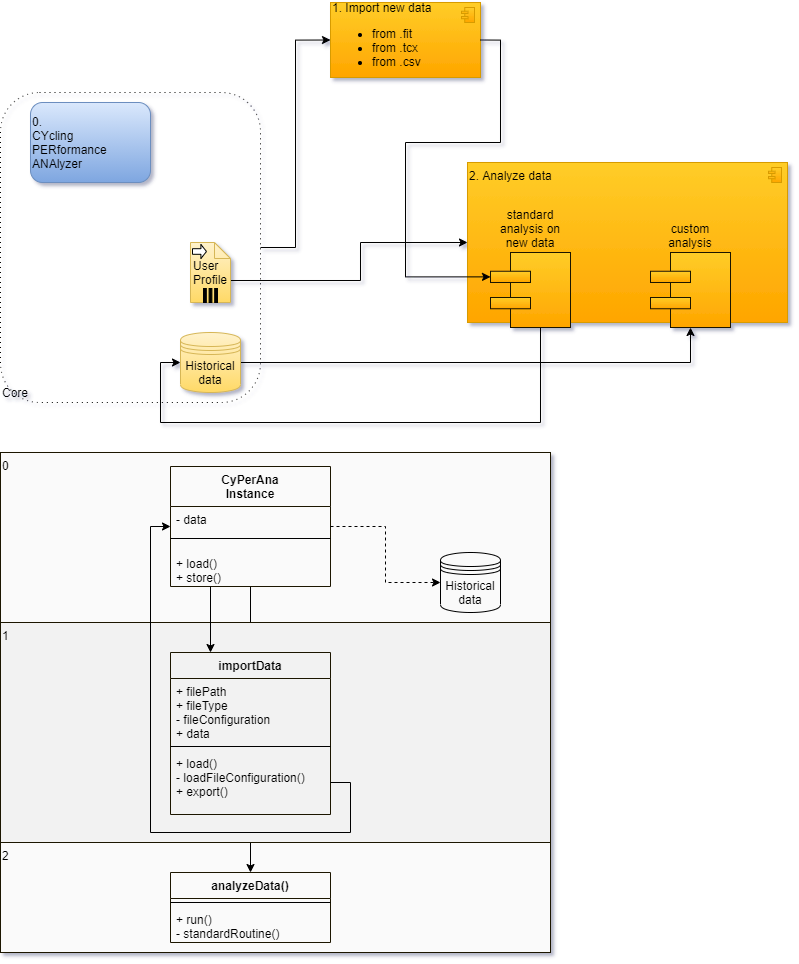
The draw.io diagram architecture.png in stefano-v37/cyperana, before a commit. Source tidied: cells renumbered, new cells last; positions are measured from the earlier drawing's top-left corner, leaving out a move shared by most shapes.
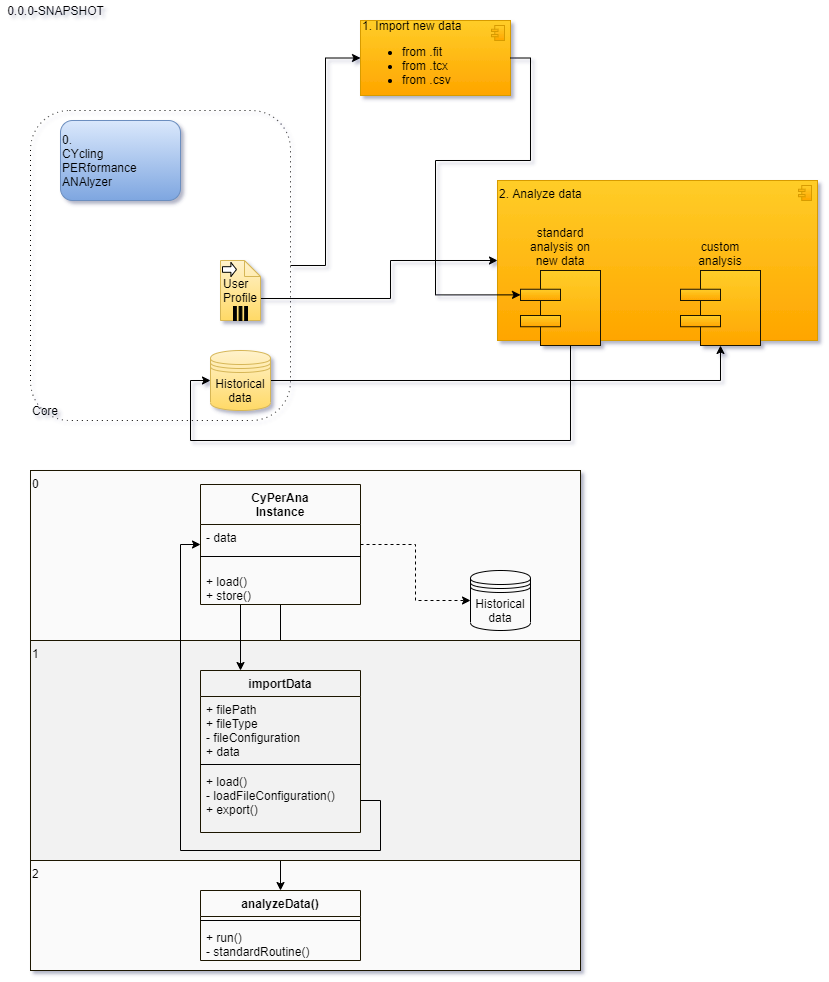
After the change.

The edit, as a diff of the source:
```diff
@@ -137,5 +137,8 @@
     <mxCell id="35" style="edgeStyle=orthogonalEdgeStyle;rounded=0;jettySize=auto;html=1;exitX=0.25;exitY=1;exitDx=0;exitDy=0;entryX=0.25;entryY=0;entryDx=0;entryDy=0;" parent="1" edge="1" source="24" target="30">
       <mxGeometry relative="1" as="geometry" />
     </mxCell>
+    <mxCell id="36" value="0.0.0-SNAPSHOT" style="text;html=1;align=center;verticalAlign=middle;" parent="1" vertex="1">
+      <mxGeometry x="-30" y="-20" width="110" height="20" as="geometry" />
+    </mxCell>
   </root>
 </mxGraphModel>
```
